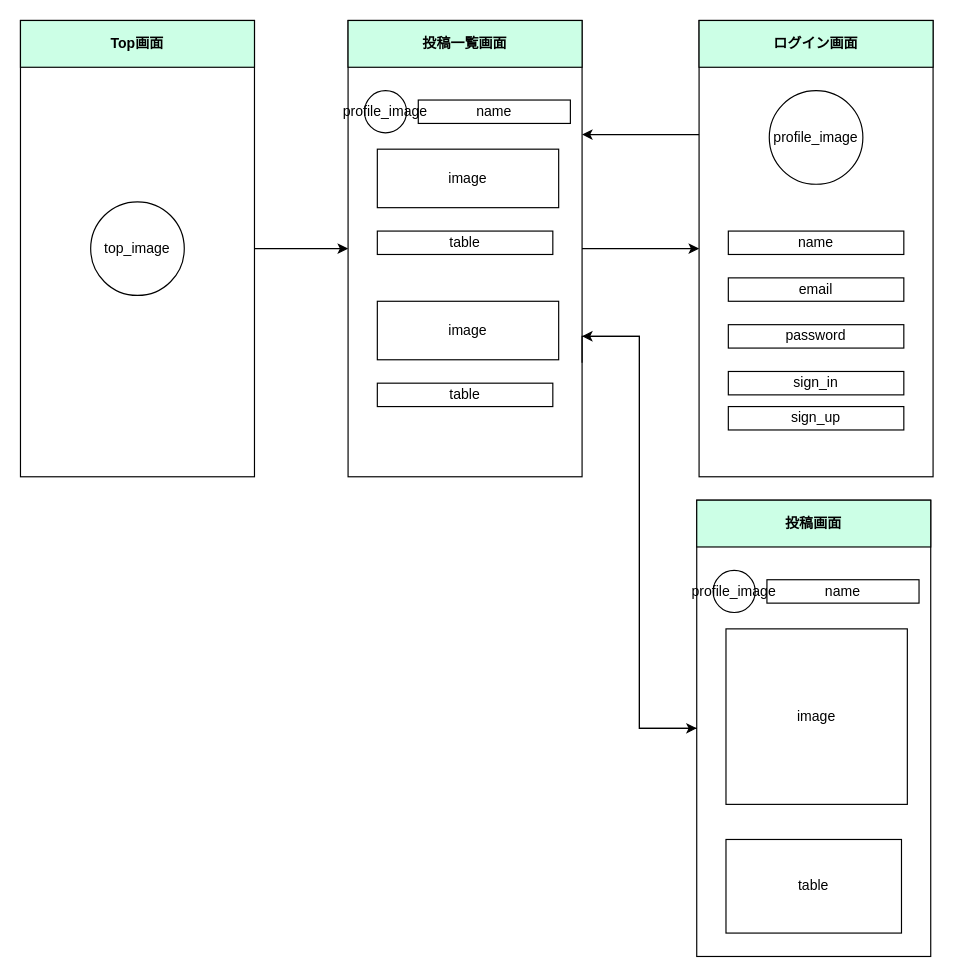
Before: 画面遷移図.drawio in 3582/Swift_portfolio, a draw.io diagram. Source tidied: cells renumbered, new cells numbered last; positions are measured from the earlier drawing's top-left corner, leaving out a move shared by most shapes. Both pictures are drawn from the tidied source at 117%, with x=0, y=0 at pixel (20, 20).
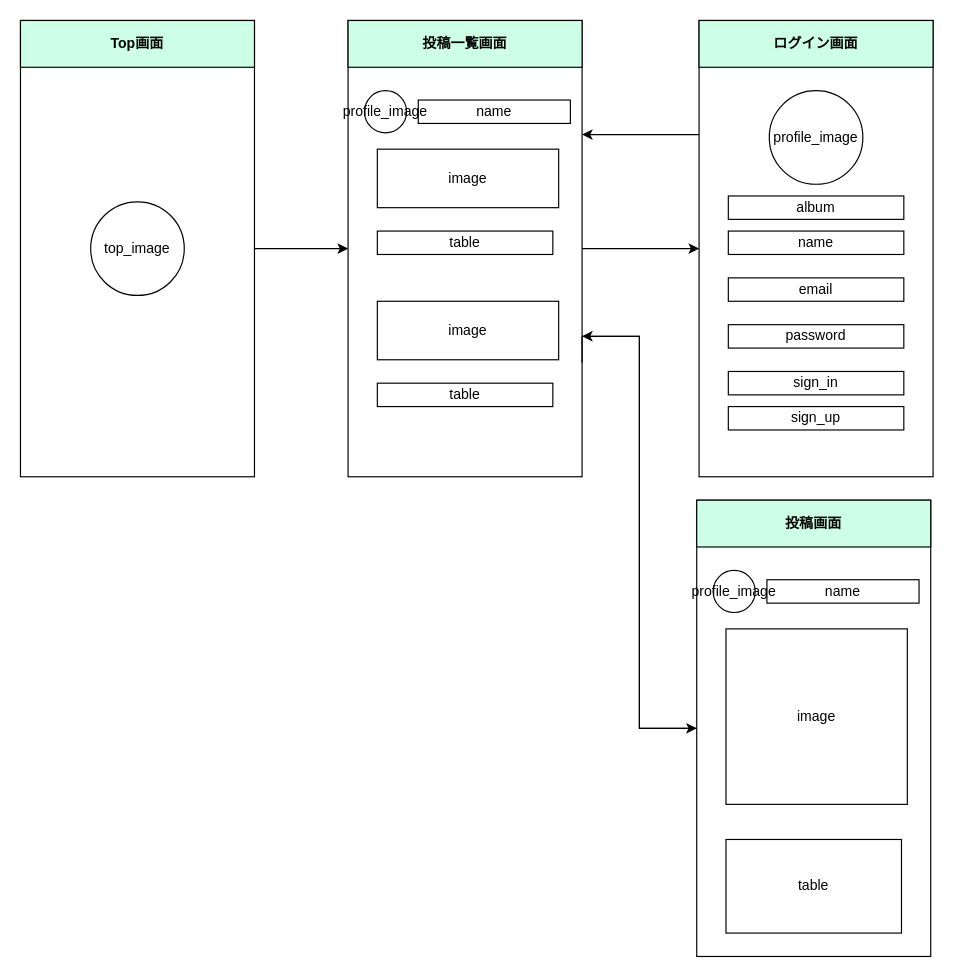
The same page after the edit.

Commit message:
投稿画面_アルバム を更新します

The change refers to these unchanged cells:
```xml
<mxCell id="3" style="group;" parent="2" vertex="1">
  <mxGeometry width="200" height="390" as="geometry" />
</mxCell>
```

Change to the diagram source:
```diff
@@
+    <mxCell id="37" value="album" style="text;html=1;fillColor=none;align=center;verticalAlign=middle;whiteSpace=wrap;rounded=0;strokeColor=#000000;" parent="3" vertex="1">
+      <mxGeometry x="25" y="150" width="150" height="20" as="geometry" />
+    </mxCell>
```
